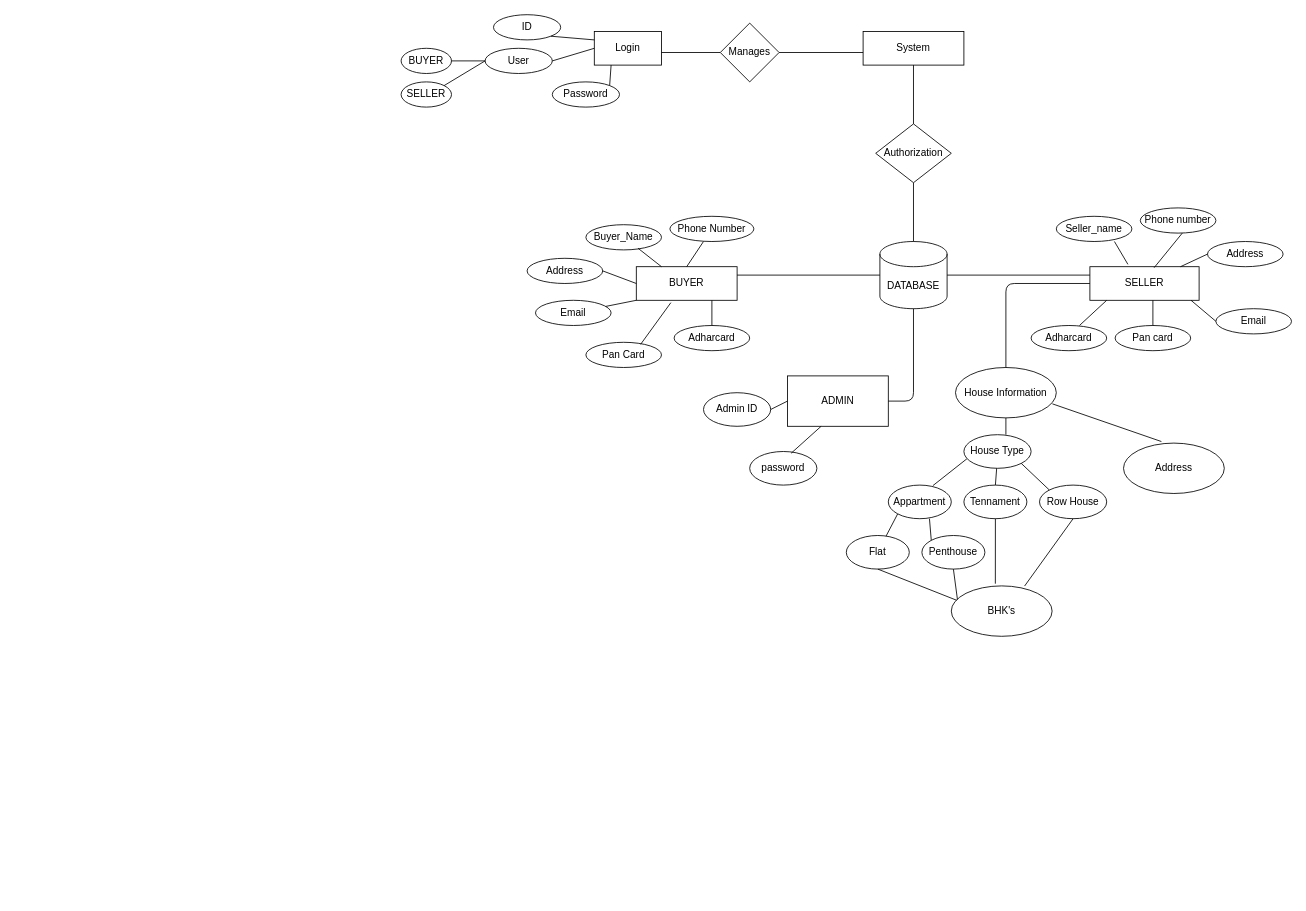
This is Untitled Diagram.drawio from DhairyaSharma7120/final-year-project, a draw.io file, before an edit. Source tidied: cells renumbered, new cells numbered last; positions are measured from the earlier drawing's top-left corner, leaving out a move shared by most shapes. Both pictures are drawn from the tidied source at 84%, with x=0, y=0 at pixel (401, 14).
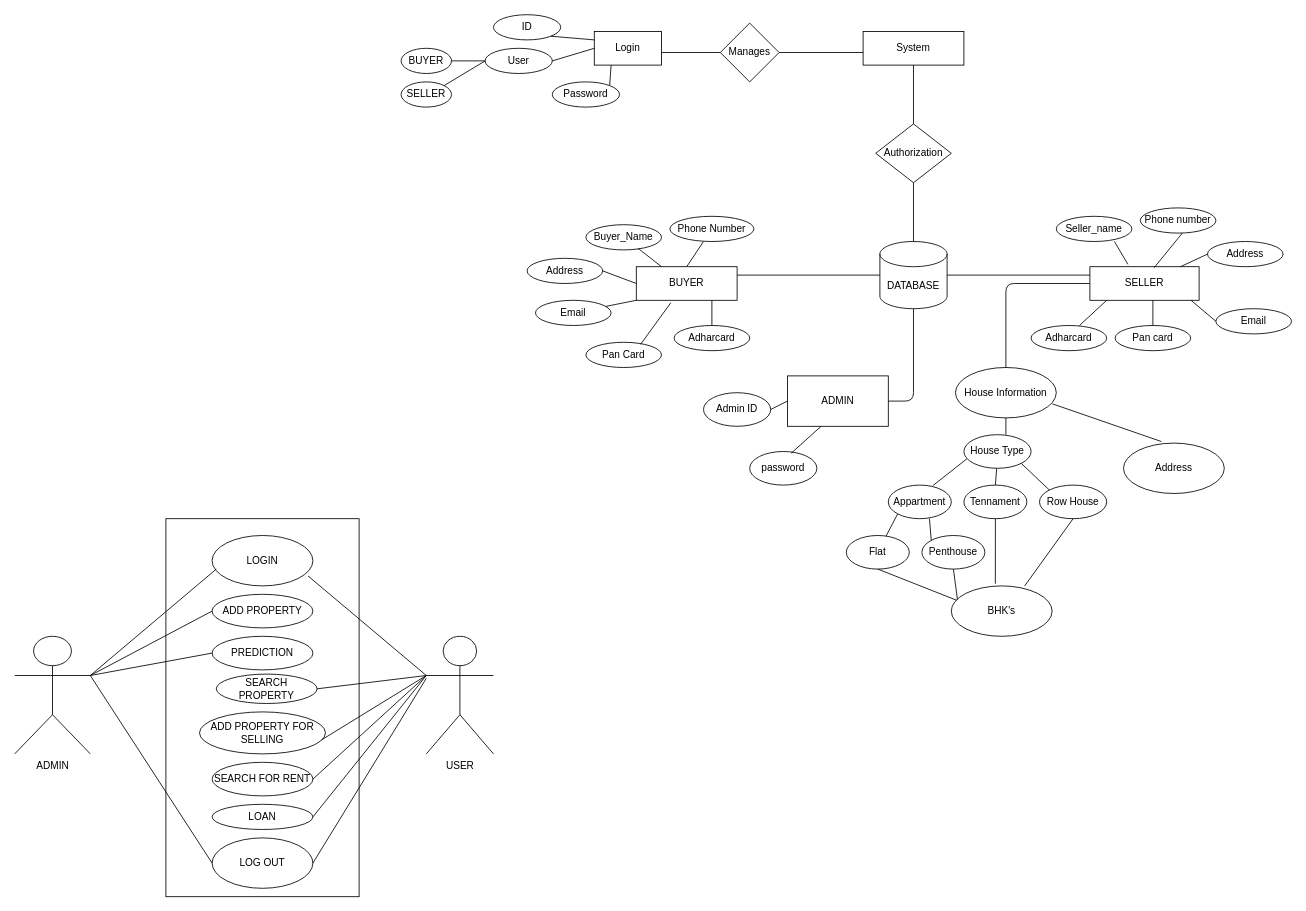
The same page after the edit.

What changed in the source:
```diff
@@
+    <mxCell id="76" style="rounded=0;whiteSpace=wrap;html=1;" parent="1" vertex="1">
+      <mxGeometry x="-280" y="600" width="230" height="450" as="geometry" />
+    </mxCell>
+    <mxCell id="77" value="ADMIN" style="shape=umlActor;verticalLabelPosition=bottom;verticalAlign=top;html=1;outlineConnect=0;" parent="1" vertex="1">
+      <mxGeometry x="-460" y="740" width="90" height="140" as="geometry" />
+    </mxCell>
+    <mxCell id="78" value="USER" style="shape=umlActor;verticalLabelPosition=bottom;verticalAlign=top;html=1;outlineConnect=0;" parent="1" vertex="1">
+      <mxGeometry x="30" y="740" width="80" height="140" as="geometry" />
+    </mxCell>
+    <mxCell id="79" value="LOGIN" style="ellipse;whiteSpace=wrap;html=1;" parent="1" vertex="1">
+      <mxGeometry x="-225" y="620" width="120" height="60" as="geometry" />
+    </mxCell>
+    <mxCell id="80" value="LOG OUT" style="ellipse;whiteSpace=wrap;html=1;" parent="1" vertex="1">
+      <mxGeometry x="-225" y="980" width="120" height="60" as="geometry" />
+    </mxCell>
+    <mxCell id="81" value="ADD PROPERTY" style="ellipse;whiteSpace=wrap;html=1;" parent="1" vertex="1">
+      <mxGeometry x="-225" y="690" width="120" height="40" as="geometry" />
+    </mxCell>
+    <mxCell id="82" value="PREDICTION" style="ellipse;whiteSpace=wrap;html=1;" parent="1" vertex="1">
+      <mxGeometry x="-225" y="740" width="120" height="40" as="geometry" />
+    </mxCell>
+    <mxCell id="83" value="SEARCH PROPERTY" style="ellipse;whiteSpace=wrap;html=1;" parent="1" vertex="1">
+      <mxGeometry x="-220" y="785" width="120" height="35" as="geometry" />
+    </mxCell>
+    <mxCell id="84" value="LOAN" style="ellipse;whiteSpace=wrap;html=1;" parent="1" vertex="1">
+      <mxGeometry x="-225" y="940" width="120" height="30" as="geometry" />
+    </mxCell>
+    <mxCell id="85" value="ADD PROPERTY FOR SELLING" style="ellipse;whiteSpace=wrap;html=1;" parent="1" vertex="1">
+      <mxGeometry x="-240" y="830" width="150" height="50" as="geometry" />
+    </mxCell>
+    <mxCell id="86" value="SEARCH FOR RENT" style="ellipse;whiteSpace=wrap;html=1;" parent="1" vertex="1">
+      <mxGeometry x="-225" y="890" width="120" height="40" as="geometry" />
+    </mxCell>
+    <mxCell id="87" style="endArrow=none;html=1;exitX=1;exitY=0.3333333333333333;exitDx=0;exitDy=0;exitPerimeter=0;" parent="1" edge="1" source="77">
+      <mxGeometry relative="1" as="geometry">
+        <mxPoint x="-220" y="660" as="targetPoint" />
+      </mxGeometry>
+    </mxCell>
+    <mxCell id="88" style="endArrow=none;html=1;exitX=1;exitY=0.3333333333333333;exitDx=0;exitDy=0;exitPerimeter=0;entryX=0;entryY=0.5;entryDx=0;entryDy=0;" parent="1" edge="1" source="77" target="81">
+      <mxGeometry relative="1" as="geometry" />
+    </mxCell>
+    <mxCell id="89" style="endArrow=none;html=1;exitX=1;exitY=0.3333333333333333;exitDx=0;exitDy=0;exitPerimeter=0;entryX=0;entryY=0.5;entryDx=0;entryDy=0;" parent="1" edge="1" source="77" target="82">
+      <mxGeometry relative="1" as="geometry" />
+    </mxCell>
+    <mxCell id="90" style="endArrow=none;html=1;entryX=0;entryY=0.3333333333333333;entryDx=0;entryDy=0;entryPerimeter=0;exitX=0.952;exitY=0.803;exitDx=0;exitDy=0;exitPerimeter=0;" parent="1" edge="1" source="79" target="78">
+      <mxGeometry relative="1" as="geometry" />
+    </mxCell>
+    <mxCell id="91" style="endArrow=none;html=1;exitX=1;exitY=0.5;exitDx=0;exitDy=0;entryX=0;entryY=0.3333333333333333;entryDx=0;entryDy=0;entryPerimeter=0;" parent="1" edge="1" source="83" target="78">
+      <mxGeometry relative="1" as="geometry" />
+    </mxCell>
+    <mxCell id="92" style="endArrow=none;html=1;exitX=0.968;exitY=0.668;exitDx=0;exitDy=0;exitPerimeter=0;entryX=0;entryY=0.3333333333333333;entryDx=0;entryDy=0;entryPerimeter=0;" parent="1" edge="1" source="85" target="78">
+      <mxGeometry relative="1" as="geometry" />
+    </mxCell>
+    <mxCell id="93" style="endArrow=none;html=1;exitX=1;exitY=0.5;exitDx=0;exitDy=0;entryX=0;entryY=0.3333333333333333;entryDx=0;entryDy=0;entryPerimeter=0;" parent="1" edge="1" source="86" target="78">
+      <mxGeometry relative="1" as="geometry" />
+    </mxCell>
+    <mxCell id="94" style="endArrow=none;html=1;exitX=1;exitY=0.5;exitDx=0;exitDy=0;entryX=0;entryY=0.3333333333333333;entryDx=0;entryDy=0;entryPerimeter=0;" parent="1" edge="1" source="84" target="78">
+      <mxGeometry relative="1" as="geometry" />
+    </mxCell>
+    <mxCell id="95" style="endArrow=none;html=1;exitX=1;exitY=0.5;exitDx=0;exitDy=0;" parent="1" edge="1" source="80">
+      <mxGeometry relative="1" as="geometry">
+        <mxPoint x="30" y="790" as="targetPoint" />
+      </mxGeometry>
+    </mxCell>
+    <mxCell id="96" style="endArrow=none;html=1;exitX=1;exitY=0.3333333333333333;exitDx=0;exitDy=0;exitPerimeter=0;entryX=0;entryY=0.5;entryDx=0;entryDy=0;" parent="1" edge="1" source="77" target="80">
+      <mxGeometry relative="1" as="geometry" />
+    </mxCell>
```
